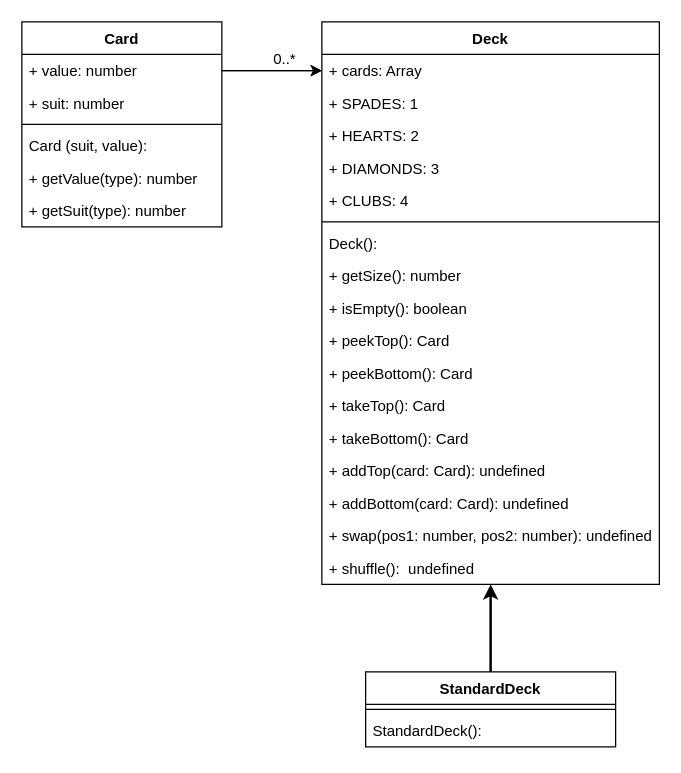
Before: page "UML" (1 of 2) of Diagrams/src/UML.drawio in craveiroa/GameOfWar, a draw.io diagram. Source tidied: cells renumbered, new cells numbered last; positions are measured from the earlier drawing's top-left corner, leaving out a move shared by most shapes. Both pictures are drawn from the tidied source at 125%, with x=0, y=0 at pixel (21, 21).
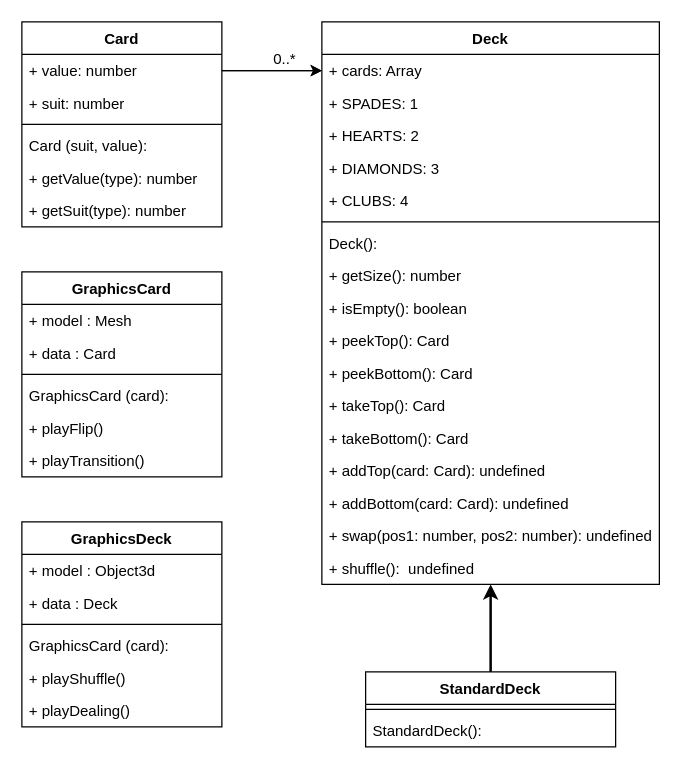
The same diagram, later.

Change to the diagram source:
```diff
@@
+    <mxCell id="34" value="GraphicsCard" style="swimlane;fontStyle=1;align=center;verticalAlign=top;horizontal=1;startSize=26;" parent="1" vertex="1">
+      <mxGeometry y="200" width="160" height="164" as="geometry" />
+    </mxCell>
+    <mxCell id="35" value="+ model : Mesh" style="text;strokeColor=none;fillColor=none;align=left;verticalAlign=top;spacingLeft=4;spacingRight=4;overflow=hidden;" parent="34" vertex="1">
+      <mxGeometry y="26" width="160" height="26" as="geometry" />
+    </mxCell>
+    <mxCell id="36" value="+ data : Card" style="text;strokeColor=none;fillColor=none;align=left;verticalAlign=top;spacingLeft=4;spacingRight=4;overflow=hidden;" parent="34" vertex="1">
+      <mxGeometry y="52" width="160" height="26" as="geometry" />
+    </mxCell>
+    <mxCell id="37" style="line;strokeWidth=1;fillColor=none;align=left;verticalAlign=middle;spacingTop=-1;spacingLeft=3;spacingRight=3;labelPosition=right;strokeColor=inherit;" parent="34" vertex="1">
+      <mxGeometry y="78" width="160" height="8" as="geometry" />
+    </mxCell>
+    <mxCell id="38" value="GraphicsCard (card):" style="text;strokeColor=none;fillColor=none;align=left;verticalAlign=top;spacingLeft=4;spacingRight=4;overflow=hidden;" parent="34" vertex="1">
+      <mxGeometry y="86" width="160" height="26" as="geometry" />
+    </mxCell>
+    <mxCell id="39" value="+ playFlip()" style="text;strokeColor=none;fillColor=none;align=left;verticalAlign=top;spacingLeft=4;spacingRight=4;overflow=hidden;" parent="34" vertex="1">
+      <mxGeometry y="112" width="160" height="26" as="geometry" />
+    </mxCell>
+    <mxCell id="40" value="+ playTransition()" style="text;strokeColor=none;fillColor=none;align=left;verticalAlign=top;spacingLeft=4;spacingRight=4;overflow=hidden;" parent="34" vertex="1">
+      <mxGeometry y="138" width="160" height="26" as="geometry" />
+    </mxCell>
+    <mxCell id="41" value="GraphicsDeck" style="swimlane;fontStyle=1;align=center;verticalAlign=top;horizontal=1;startSize=26;" parent="1" vertex="1">
+      <mxGeometry y="400" width="160" height="164" as="geometry" />
+    </mxCell>
+    <mxCell id="42" value="+ model : Object3d" style="text;strokeColor=none;fillColor=none;align=left;verticalAlign=top;spacingLeft=4;spacingRight=4;overflow=hidden;" parent="41" vertex="1">
+      <mxGeometry y="26" width="160" height="26" as="geometry" />
+    </mxCell>
+    <mxCell id="43" value="+ data : Deck" style="text;strokeColor=none;fillColor=none;align=left;verticalAlign=top;spacingLeft=4;spacingRight=4;overflow=hidden;" parent="41" vertex="1">
+      <mxGeometry y="52" width="160" height="26" as="geometry" />
+    </mxCell>
+    <mxCell id="44" style="line;strokeWidth=1;fillColor=none;align=left;verticalAlign=middle;spacingTop=-1;spacingLeft=3;spacingRight=3;labelPosition=right;strokeColor=inherit;" parent="41" vertex="1">
+      <mxGeometry y="78" width="160" height="8" as="geometry" />
+    </mxCell>
+    <mxCell id="45" value="GraphicsCard (card):" style="text;strokeColor=none;fillColor=none;align=left;verticalAlign=top;spacingLeft=4;spacingRight=4;overflow=hidden;" parent="41" vertex="1">
+      <mxGeometry y="86" width="160" height="26" as="geometry" />
+    </mxCell>
+    <mxCell id="46" value="+ playShuffle()" style="text;strokeColor=none;fillColor=none;align=left;verticalAlign=top;spacingLeft=4;spacingRight=4;overflow=hidden;" parent="41" vertex="1">
+      <mxGeometry y="112" width="160" height="26" as="geometry" />
+    </mxCell>
+    <mxCell id="47" value="+ playDealing()" style="text;strokeColor=none;fillColor=none;align=left;verticalAlign=top;spacingLeft=4;spacingRight=4;overflow=hidden;" parent="41" vertex="1">
+      <mxGeometry y="138" width="160" height="26" as="geometry" />
+    </mxCell>
```
